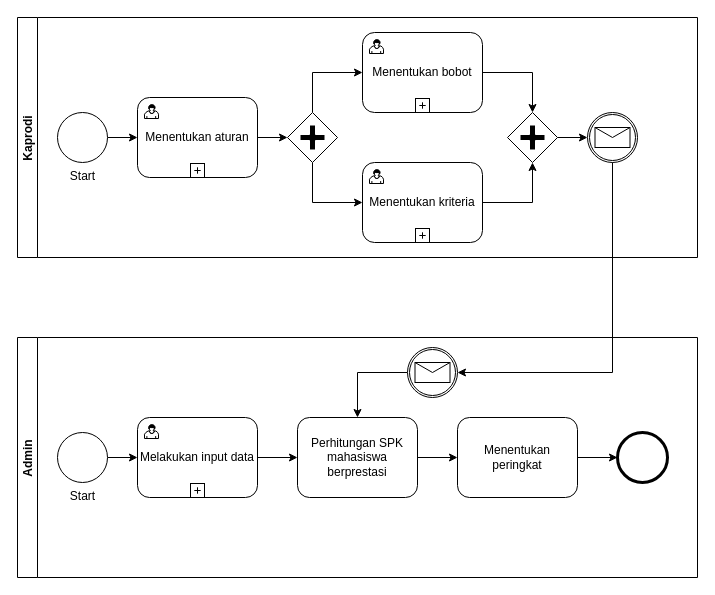
The draw.io diagram page "Page-2" (2 of 2) of Tugas/BPMN2.drawio in kucingtakucin/Proses-Bisnis-dan-SIM, before the edit. Source tidied: cells renumbered, new cells numbered last; positions are measured from the earlier drawing's top-left corner, leaving out a move shared by most shapes. Both pictures are drawn from the tidied source at 100%, with x=0, y=0 at pixel (17, 17).
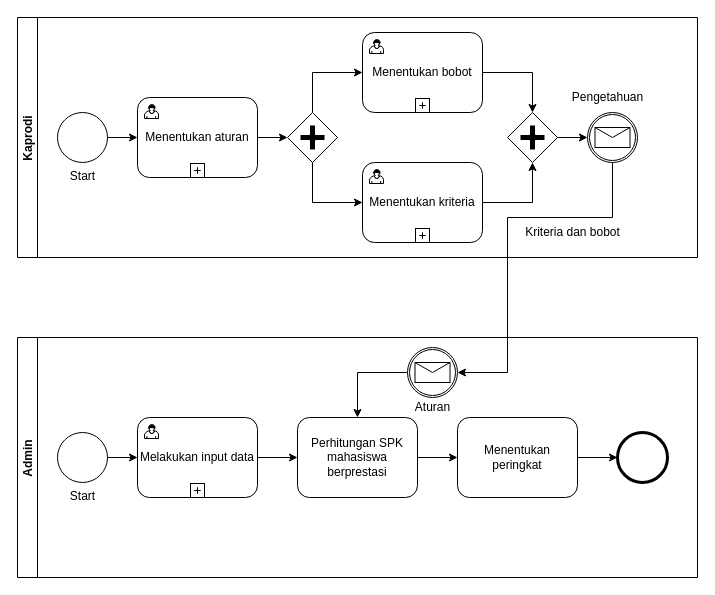
The same diagram, later.

Unchanged cells that the change refers to:
```xml
<mxCell id="2" value="Kaprodi" style="swimlane;startSize=20;horizontal=0;" parent="1" vertex="1">
  <mxGeometry width="680" height="240" as="geometry" />
</mxCell>
<mxCell id="22" style="shape=mxgraph.bpmn.shape;html=1;verticalLabelPosition=bottom;labelBackgroundColor=#ffffff;verticalAlign=top;align=center;perimeter=ellipsePerimeter;outlineConnect=0;outline=catching;symbol=message;" parent="2" vertex="1">
  <mxGeometry x="570" y="95" width="50" height="50" as="geometry" />
</mxCell>
<mxCell id="23" value="Admin" style="swimlane;startSize=20;horizontal=0;" parent="1" vertex="1">
  <mxGeometry y="320" width="680" height="240" as="geometry" />
</mxCell>
<mxCell id="33" style="shape=mxgraph.bpmn.shape;html=1;verticalLabelPosition=bottom;labelBackgroundColor=#ffffff;verticalAlign=top;align=center;perimeter=ellipsePerimeter;outlineConnect=0;outline=catching;symbol=message;" parent="23" vertex="1">
  <mxGeometry x="390" y="10" width="50" height="50" as="geometry" />
</mxCell>
```

What changed in the source:
```diff
@@
+    <mxCell id="38" value="Kriteria dan bobot" style="text;html=1;align=center;verticalAlign=middle;" parent="2" vertex="1">
+      <mxGeometry x="490" y="205" width="130" height="20" as="geometry" />
+    </mxCell>
@@
+    <mxCell id="39" value="Aturan" style="text;html=1;align=center;verticalAlign=middle;" parent="23" vertex="1">
+      <mxGeometry x="385" y="60" width="60" height="20" as="geometry" />
+    </mxCell>
     <mxCell id="37" style="edgeStyle=orthogonalEdgeStyle;rounded=0;jettySize=auto;html=1;entryX=1;entryY=0.5;entryDx=0;entryDy=0;exitX=0.5;exitY=1;exitDx=0;exitDy=0;" parent="1" edge="1" source="22" target="33">
-      <mxGeometry relative="1" as="geometry" />
+      <mxGeometry relative="1" as="geometry">
+        <Array as="points">
+          <mxPoint x="595" y="200" />
+          <mxPoint x="490" y="200" />
+          <mxPoint x="490" y="355" />
+        </Array>
+      </mxGeometry>
     </mxCell>
+    <mxCell id="40" value="Pengetahuan" style="text;html=1;align=center;verticalAlign=middle;" parent="1" vertex="1">
+      <mxGeometry x="545" y="70" width="90" height="20" as="geometry" />
+    </mxCell>
```
